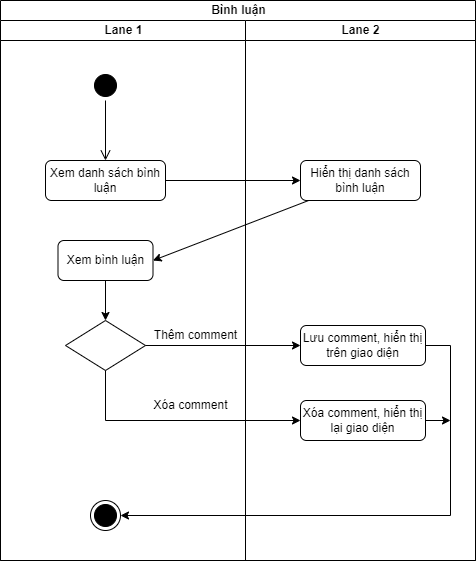
Earlier version of the draw.io export activity diagram/bình luận bảng tin.drawio.png (kienndhn/draw-io). Source tidied: cells renumbered, new cells last; positions are measured from the earlier drawing's top-left corner, leaving out a move shared by most shapes. Source of this version:
```xml
<mxGraphModel>
  <root>
    <mxCell id="0" />
    <mxCell id="1" parent="0" />
    <mxCell id="2" value="Bình luận" style="swimlane;startSize=20;html=1;strokeColor=#000000;" parent="1" vertex="1">
      <mxGeometry width="475" height="560" as="geometry" />
    </mxCell>
    <mxCell id="3" value="Lane 1" style="swimlane;startSize=20;html=1;strokeColor=#000000;" parent="2" vertex="1">
      <mxGeometry y="20" width="245" height="540" as="geometry" />
    </mxCell>
    <mxCell id="4" style="ellipse;html=1;shape=startState;fillColor=#000000;strokeColor=#000000;" parent="3" vertex="1">
      <mxGeometry x="90" y="50" width="30" height="30" as="geometry" />
    </mxCell>
    <mxCell id="5" style="edgeStyle=orthogonalEdgeStyle;html=1;verticalAlign=bottom;endArrow=open;endSize=8;strokeColor=#000000;rounded=0;entryX=0.5;entryY=0;entryDx=0;entryDy=0;" parent="3" edge="1" source="4" target="6">
      <mxGeometry relative="1" as="geometry" />
    </mxCell>
    <mxCell id="6" value="Xem danh sách bình luận" style="rounded=1;whiteSpace=wrap;html=1;strokeColor=#000000;" parent="3" vertex="1">
      <mxGeometry x="45" y="140" width="120" height="40" as="geometry" />
    </mxCell>
    <mxCell id="7" style="edgeStyle=orthogonalEdgeStyle;rounded=0;jettySize=auto;html=1;entryX=0.5;entryY=0;entryDx=0;entryDy=0;strokeColor=#000000;" parent="3" edge="1" source="8" target="9">
      <mxGeometry relative="1" as="geometry" />
    </mxCell>
    <mxCell id="8" value="Xem bình luận" style="rounded=1;whiteSpace=wrap;html=1;strokeColor=#000000;" parent="3" vertex="1">
      <mxGeometry x="57.5" y="220" width="95" height="40" as="geometry" />
    </mxCell>
    <mxCell id="9" style="rhombus;whiteSpace=wrap;html=1;strokeColor=#000000;" parent="3" vertex="1">
      <mxGeometry x="65" y="300" width="80" height="50" as="geometry" />
    </mxCell>
    <mxCell id="10" value="Thêm comment" style="text;html=1;align=center;verticalAlign=middle;strokeColor=none;fillColor=none;" parent="3" vertex="1">
      <mxGeometry x="140" y="300" width="110" height="30" as="geometry" />
    </mxCell>
    <mxCell id="11" value="Xóa comment" style="text;html=1;align=center;verticalAlign=middle;strokeColor=none;fillColor=none;" parent="3" vertex="1">
      <mxGeometry x="140" y="370" width="100" height="30" as="geometry" />
    </mxCell>
    <mxCell id="12" style="ellipse;html=1;shape=endState;fillColor=#000000;strokeColor=default;" parent="3" vertex="1">
      <mxGeometry x="90" y="480" width="30" height="30" as="geometry" />
    </mxCell>
    <mxCell id="13" value="Lane 2" style="swimlane;startSize=20;html=1;strokeColor=#000000;" parent="2" vertex="1">
      <mxGeometry x="245" y="20" width="230" height="540" as="geometry" />
    </mxCell>
    <mxCell id="14" value="Hiển thị danh sách bình luận" style="rounded=1;whiteSpace=wrap;html=1;strokeColor=#000000;" parent="13" vertex="1">
      <mxGeometry x="55" y="140" width="120" height="40" as="geometry" />
    </mxCell>
    <mxCell id="15" value="Lưu comment, hiển thị trên giao diện" style="rounded=1;whiteSpace=wrap;html=1;strokeColor=#000000;" parent="13" vertex="1">
      <mxGeometry x="55" y="305" width="125" height="40" as="geometry" />
    </mxCell>
    <mxCell id="16" value="Xóa comment, hiển thị lại giao diện" style="rounded=1;whiteSpace=wrap;html=1;strokeColor=#000000;" parent="13" vertex="1">
      <mxGeometry x="55" y="380" width="125" height="40" as="geometry" />
    </mxCell>
    <mxCell id="17" style="edgeStyle=orthogonalEdgeStyle;rounded=0;jettySize=auto;html=1;strokeColor=#000000;" parent="2" edge="1" source="6" target="14">
      <mxGeometry relative="1" as="geometry" />
    </mxCell>
    <mxCell id="18" style="rounded=0;jettySize=auto;html=1;entryX=1;entryY=0.5;entryDx=0;entryDy=0;strokeColor=#000000;" parent="2" edge="1" source="14" target="8">
      <mxGeometry relative="1" as="geometry" />
    </mxCell>
    <mxCell id="19" style="edgeStyle=orthogonalEdgeStyle;rounded=0;jettySize=auto;html=1;strokeColor=#000000;entryX=0;entryY=0.5;entryDx=0;entryDy=0;" parent="2" edge="1" source="9" target="15">
      <mxGeometry relative="1" as="geometry" />
    </mxCell>
    <mxCell id="20" style="edgeStyle=orthogonalEdgeStyle;rounded=0;jettySize=auto;html=1;strokeColor=#000000;entryX=0;entryY=0.5;entryDx=0;entryDy=0;" parent="2" edge="1" source="9" target="16">
      <mxGeometry relative="1" as="geometry">
        <Array as="points">
          <mxPoint x="105" y="420" />
        </Array>
      </mxGeometry>
    </mxCell>
    <mxCell id="21" style="edgeStyle=orthogonalEdgeStyle;rounded=0;jettySize=auto;html=1;strokeColor=#000000;entryX=1;entryY=0.5;entryDx=0;entryDy=0;" parent="2" edge="1" source="15" target="12">
      <mxGeometry relative="1" as="geometry">
        <Array as="points">
          <mxPoint x="450" y="345" />
          <mxPoint x="450" y="515" />
        </Array>
      </mxGeometry>
    </mxCell>
    <mxCell id="22" style="edgeStyle=orthogonalEdgeStyle;rounded=0;jettySize=auto;html=1;strokeColor=#000000;" parent="1" edge="1" source="16">
      <mxGeometry relative="1" as="geometry">
        <mxPoint x="450" y="420" as="targetPoint" />
      </mxGeometry>
    </mxCell>
  </root>
</mxGraphModel>
```
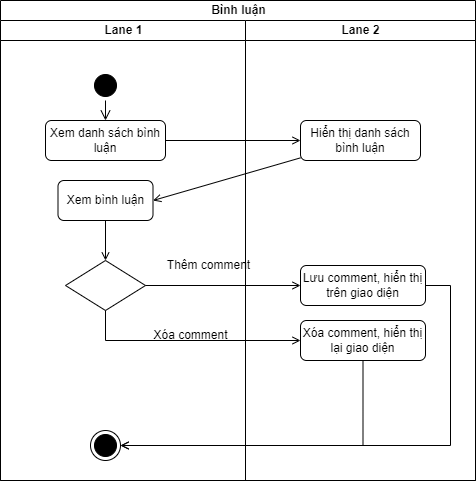
The same diagram one commit later.

What changed in the source:
```diff
@@ -3,10 +3,10 @@
     <mxCell id="0" />
     <mxCell id="1" parent="0" />
     <mxCell id="2" value="Bình luận" style="swimlane;startSize=20;html=1;strokeColor=#000000;" parent="1" vertex="1">
-      <mxGeometry width="475" height="560" as="geometry" />
+      <mxGeometry width="475" height="480" as="geometry" />
     </mxCell>
     <mxCell id="3" value="Lane 1" style="swimlane;startSize=20;html=1;strokeColor=#000000;" parent="2" vertex="1">
-      <mxGeometry y="20" width="245" height="540" as="geometry" />
+      <mxGeometry y="20" width="245" height="460" as="geometry" />
     </mxCell>
     <mxCell id="4" style="ellipse;html=1;shape=startState;fillColor=#000000;strokeColor=#000000;" parent="3" vertex="1">
       <mxGeometry x="90" y="50" width="30" height="30" as="geometry" />
@@ -15,66 +15,68 @@
       <mxGeometry relative="1" as="geometry" />
     </mxCell>
     <mxCell id="6" value="Xem danh sách bình luận" style="rounded=1;whiteSpace=wrap;html=1;strokeColor=#000000;" parent="3" vertex="1">
-      <mxGeometry x="45" y="140" width="120" height="40" as="geometry" />
+      <mxGeometry x="45" y="100" width="120" height="40" as="geometry" />
     </mxCell>
-    <mxCell id="7" style="edgeStyle=orthogonalEdgeStyle;rounded=0;jettySize=auto;html=1;entryX=0.5;entryY=0;entryDx=0;entryDy=0;strokeColor=#000000;" parent="3" edge="1" source="8" target="9">
+    <mxCell id="7" style="edgeStyle=orthogonalEdgeStyle;rounded=0;jettySize=auto;html=1;entryX=0.5;entryY=0;entryDx=0;entryDy=0;strokeColor=#000000;endArrow=open;endFill=0;" parent="3" edge="1" source="8" target="9">
       <mxGeometry relative="1" as="geometry" />
     </mxCell>
     <mxCell id="8" value="Xem bình luận" style="rounded=1;whiteSpace=wrap;html=1;strokeColor=#000000;" parent="3" vertex="1">
-      <mxGeometry x="57.5" y="220" width="95" height="40" as="geometry" />
+      <mxGeometry x="57.5" y="160" width="95" height="40" as="geometry" />
     </mxCell>
     <mxCell id="9" style="rhombus;whiteSpace=wrap;html=1;strokeColor=#000000;" parent="3" vertex="1">
-      <mxGeometry x="65" y="300" width="80" height="50" as="geometry" />
+      <mxGeometry x="65" y="240" width="80" height="50" as="geometry" />
     </mxCell>
     <mxCell id="10" value="Thêm comment" style="text;html=1;align=center;verticalAlign=middle;strokeColor=none;fillColor=none;" parent="3" vertex="1">
-      <mxGeometry x="140" y="300" width="110" height="30" as="geometry" />
+      <mxGeometry x="152.5" y="230" width="110" height="30" as="geometry" />
     </mxCell>
     <mxCell id="11" value="Xóa comment" style="text;html=1;align=center;verticalAlign=middle;strokeColor=none;fillColor=none;" parent="3" vertex="1">
-      <mxGeometry x="140" y="370" width="100" height="30" as="geometry" />
+      <mxGeometry x="140" y="300" width="100" height="30" as="geometry" />
     </mxCell>
     <mxCell id="12" style="ellipse;html=1;shape=endState;fillColor=#000000;strokeColor=default;" parent="3" vertex="1">
-      <mxGeometry x="90" y="480" width="30" height="30" as="geometry" />
+      <mxGeometry x="90" y="410" width="30" height="30" as="geometry" />
     </mxCell>
     <mxCell id="13" value="Lane 2" style="swimlane;startSize=20;html=1;strokeColor=#000000;" parent="2" vertex="1">
-      <mxGeometry x="245" y="20" width="230" height="540" as="geometry" />
+      <mxGeometry x="245" y="20" width="230" height="460" as="geometry" />
     </mxCell>
     <mxCell id="14" value="Hiển thị danh sách bình luận" style="rounded=1;whiteSpace=wrap;html=1;strokeColor=#000000;" parent="13" vertex="1">
-      <mxGeometry x="55" y="140" width="120" height="40" as="geometry" />
+      <mxGeometry x="55" y="100" width="120" height="40" as="geometry" />
     </mxCell>
     <mxCell id="15" value="Lưu comment, hiển thị trên giao diện" style="rounded=1;whiteSpace=wrap;html=1;strokeColor=#000000;" parent="13" vertex="1">
-      <mxGeometry x="55" y="305" width="125" height="40" as="geometry" />
+      <mxGeometry x="55" y="245" width="125" height="40" as="geometry" />
     </mxCell>
     <mxCell id="16" value="Xóa comment, hiển thị lại giao diện" style="rounded=1;whiteSpace=wrap;html=1;strokeColor=#000000;" parent="13" vertex="1">
-      <mxGeometry x="55" y="380" width="125" height="40" as="geometry" />
+      <mxGeometry x="55" y="300" width="125" height="40" as="geometry" />
     </mxCell>
-    <mxCell id="17" style="edgeStyle=orthogonalEdgeStyle;rounded=0;jettySize=auto;html=1;strokeColor=#000000;" parent="2" edge="1" source="6" target="14">
+    <mxCell id="17" style="edgeStyle=orthogonalEdgeStyle;rounded=0;jettySize=auto;html=1;strokeColor=#000000;endArrow=open;endFill=0;" parent="2" edge="1" source="6" target="14">
       <mxGeometry relative="1" as="geometry" />
     </mxCell>
-    <mxCell id="18" style="rounded=0;jettySize=auto;html=1;entryX=1;entryY=0.5;entryDx=0;entryDy=0;strokeColor=#000000;" parent="2" edge="1" source="14" target="8">
+    <mxCell id="18" style="rounded=0;jettySize=auto;html=1;entryX=1;entryY=0.5;entryDx=0;entryDy=0;strokeColor=#000000;endArrow=open;endFill=0;" parent="2" edge="1" source="14" target="8">
       <mxGeometry relative="1" as="geometry" />
     </mxCell>
-    <mxCell id="19" style="edgeStyle=orthogonalEdgeStyle;rounded=0;jettySize=auto;html=1;strokeColor=#000000;entryX=0;entryY=0.5;entryDx=0;entryDy=0;" parent="2" edge="1" source="9" target="15">
+    <mxCell id="19" style="edgeStyle=orthogonalEdgeStyle;rounded=0;jettySize=auto;html=1;strokeColor=#000000;entryX=0;entryY=0.5;entryDx=0;entryDy=0;endArrow=open;endFill=0;" parent="2" edge="1" source="9" target="15">
       <mxGeometry relative="1" as="geometry" />
     </mxCell>
-    <mxCell id="20" style="edgeStyle=orthogonalEdgeStyle;rounded=0;jettySize=auto;html=1;strokeColor=#000000;entryX=0;entryY=0.5;entryDx=0;entryDy=0;" parent="2" edge="1" source="9" target="16">
+    <mxCell id="20" style="edgeStyle=orthogonalEdgeStyle;rounded=0;jettySize=auto;html=1;strokeColor=#000000;entryX=0;entryY=0.5;entryDx=0;entryDy=0;endArrow=open;endFill=0;" parent="2" edge="1" source="9" target="16">
       <mxGeometry relative="1" as="geometry">
         <Array as="points">
-          <mxPoint x="105" y="420" />
+          <mxPoint x="105" y="340" />
         </Array>
       </mxGeometry>
     </mxCell>
-    <mxCell id="21" style="edgeStyle=orthogonalEdgeStyle;rounded=0;jettySize=auto;html=1;strokeColor=#000000;entryX=1;entryY=0.5;entryDx=0;entryDy=0;" parent="2" edge="1" source="15" target="12">
+    <mxCell id="21" style="edgeStyle=orthogonalEdgeStyle;rounded=0;jettySize=auto;html=1;strokeColor=#000000;entryX=1;entryY=0.5;entryDx=0;entryDy=0;exitX=1;exitY=0.5;exitDx=0;exitDy=0;endArrow=open;endFill=0;" parent="2" edge="1" source="15" target="12">
       <mxGeometry relative="1" as="geometry">
         <Array as="points">
-          <mxPoint x="450" y="345" />
-          <mxPoint x="450" y="515" />
+          <mxPoint x="450" y="285" />
+          <mxPoint x="450" y="445" />
         </Array>
       </mxGeometry>
     </mxCell>
-    <mxCell id="22" style="edgeStyle=orthogonalEdgeStyle;rounded=0;jettySize=auto;html=1;strokeColor=#000000;" parent="1" edge="1" source="16">
-      <mxGeometry relative="1" as="geometry">
-        <mxPoint x="450" y="420" as="targetPoint" />
-      </mxGeometry>
-    </mxCell>
+    <mxCell id="23" style="edgeStyle=orthogonalEdgeStyle;rounded=0;jettySize=auto;html=1;entryX=1;entryY=0.5;entryDx=0;entryDy=0;endArrow=open;endFill=0;" parent="2" edge="1" source="16" target="12">
+      <mxGeometry relative="1" as="geometry">
+        <Array as="points">
+          <mxPoint x="362" y="445" />
+        </Array>
+      </mxGeometry>
+    </mxCell>
   </root>
 </mxGraphModel>
```
